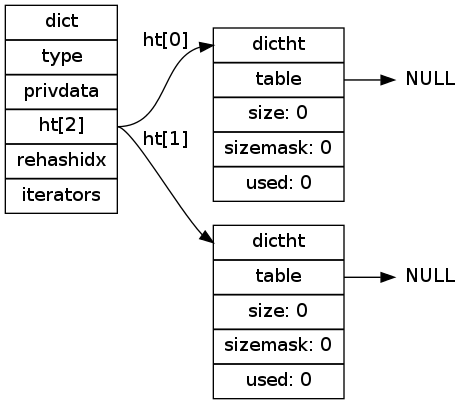
This is internal-datastruct/image/empty_dict.png from huangzworks/redisbook, a Graphviz export, as it was before one commit. Its source is kept beside it as internal-datastruct/image/empty_dict.dot.
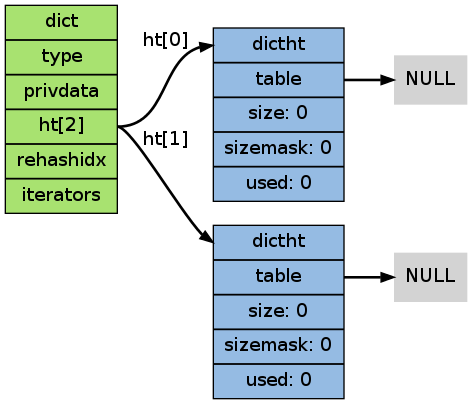
After the change.

Diff of the diagram source:
```diff
@@ -3,14 +3,16 @@
 
     rankdir = LR;
 
-    node[shape=record];
+    node[shape = record, style = filled];
+
+    edge [style = bold];
 
 
-    dict [label="dict | type | privdata |<ht> ht[2] | rehashidx | iterators"];
+    dict [label="dict | type | privdata |<ht> ht[2] | rehashidx | iterators", fillcolor = "#A8E270"];
 
-    ht0 [label="<dictht>dictht |<table> table | size: 0 | sizemask: 0 | used: 0"];
+    ht0 [label="<dictht>dictht |<table> table | size: 0 | sizemask: 0 | used: 0", fillcolor = "#95BBE3"];
 
-    ht1 [label="<dictht>dictht |<table> table | size: 0 | sizemask: 0 | used: 0"];
+    ht1 [label="<dictht>dictht |<table> table | size: 0 | sizemask: 0 | used: 0", fillcolor = "#95BBE3"];
 
     null0 [label="NULL", shape=plaintext];
     null1 [label="NULL", shape=plaintext];
```
